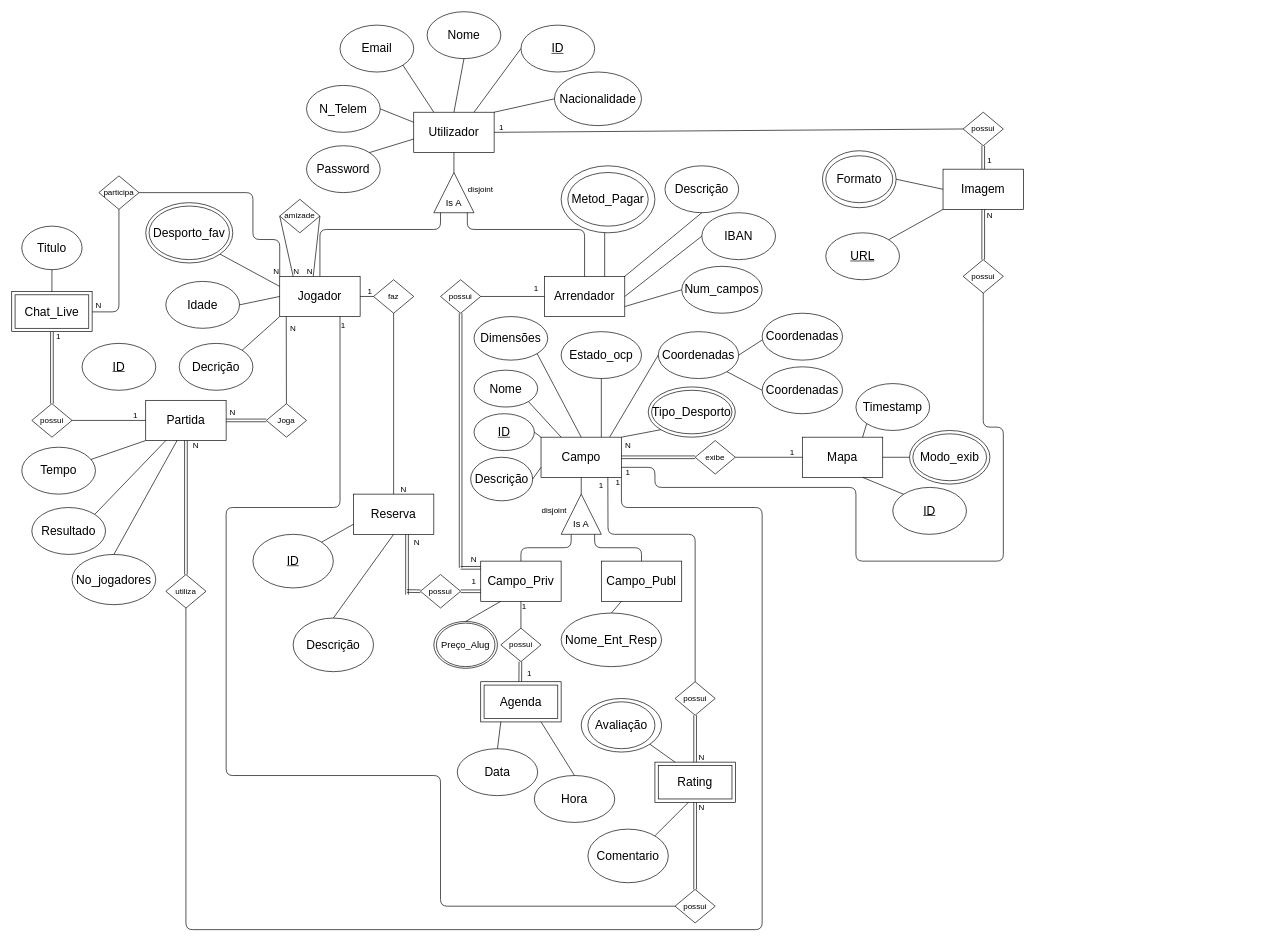
Before: DER_SL.drawio in Paul-Y5/Projeto_SPORTSLINK-BD, a draw.io diagram. Source tidied: cells renumbered, new cells numbered last; positions are measured from the earlier drawing's top-left corner, leaving out a move shared by most shapes. Both pictures are drawn from the tidied source at 67%, with x=0, y=0 at pixel (11, 11).
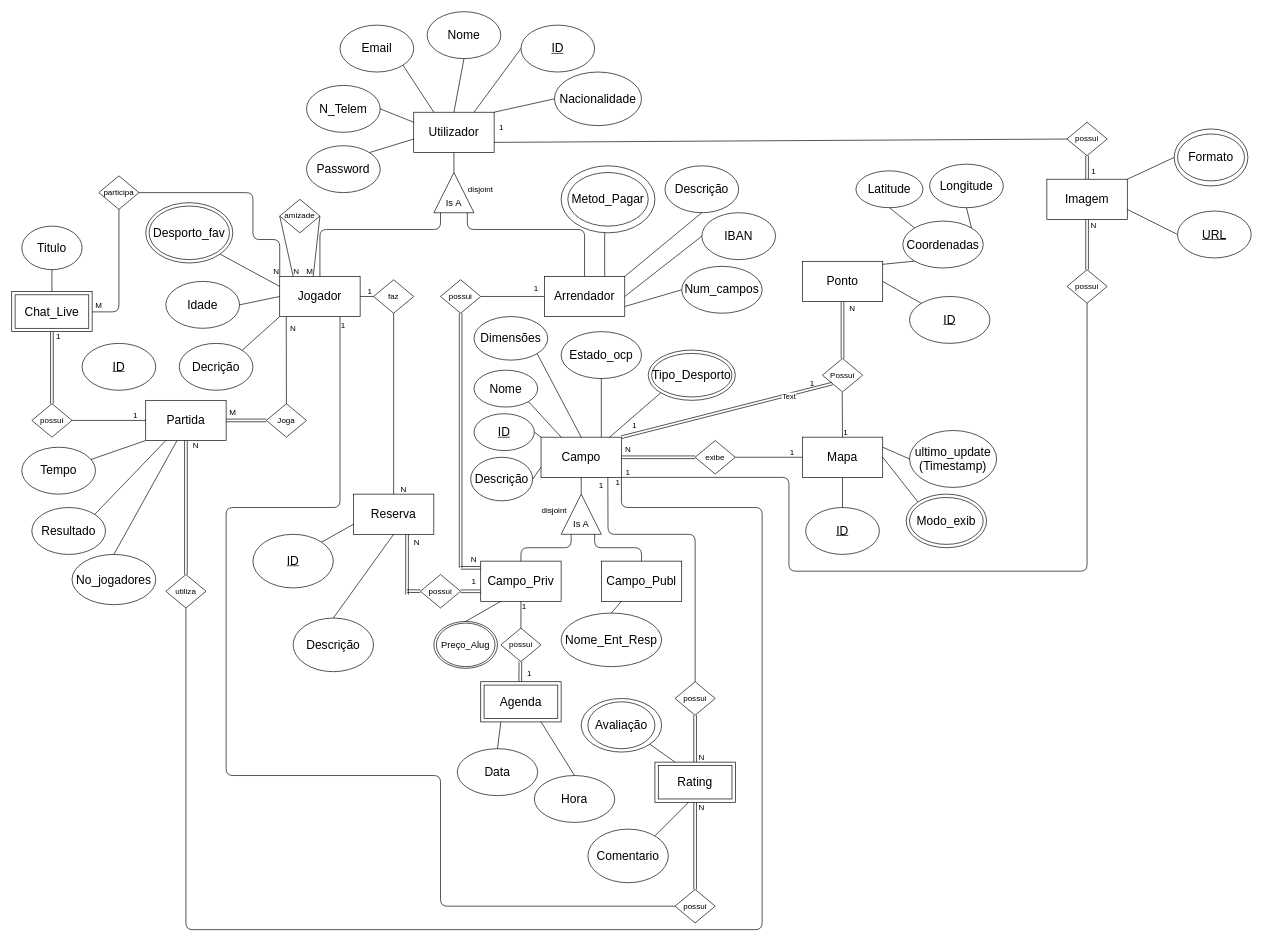
After the change.

The change refers to these unchanged cells:
```xml
<mxCell id="2" value="&lt;font style=&quot;font-size: 18px;&quot;&gt;Utilizador&lt;/font&gt;" style="rounded=0;whiteSpace=wrap;html=1;" parent="1" vertex="1">
  <mxGeometry x="600" y="150" width="120" height="60" as="geometry" />
</mxCell>
<mxCell id="37" value="&lt;font style=&quot;font-size: 18px;&quot;&gt;Mapa&lt;/font&gt;" style="rounded=0;whiteSpace=wrap;html=1;" parent="1" vertex="1">
  <mxGeometry x="1180" y="635" width="120" height="60" as="geometry" />
</mxCell>
<mxCell id="45" value="&lt;font style=&quot;font-size: 18px;&quot;&gt;Campo&lt;/font&gt;" style="rounded=0;whiteSpace=wrap;html=1;" parent="1" vertex="1">
  <mxGeometry x="790" y="635" width="120" height="60" as="geometry" />
</mxCell>
<mxCell id="176" value="1" style="text;strokeColor=none;align=center;fillColor=none;html=1;verticalAlign=middle;whiteSpace=wrap;rounded=0;" parent="1" vertex="1">
  <mxGeometry x="900" y="695" width="10" height="15" as="geometry" />
</mxCell>
```

What changed in the source:
```diff
@@
-    <mxCell id="38" value="&lt;span style=&quot;font-size: 18px;&quot;&gt;Timestamp&lt;/span&gt;" style="ellipse;whiteSpace=wrap;html=1;" parent="1" vertex="1">
-      <mxGeometry x="1260" y="555" width="110" height="70" as="geometry" />
+    <mxCell id="38" value="&lt;span style=&quot;font-size: 18px;&quot;&gt;ultimo_update&lt;/span&gt;&lt;div&gt;&lt;span style=&quot;font-size: 18px;&quot;&gt;(Timestamp)&lt;/span&gt;&lt;/div&gt;" style="ellipse;whiteSpace=wrap;html=1;" parent="1" vertex="1">
+      <mxGeometry x="1340" y="625" width="130" height="85" as="geometry" />
     </mxCell>
     <mxCell id="39" value="&lt;span style=&quot;font-size: 18px;&quot;&gt;&lt;u&gt;ID&lt;/u&gt;&lt;/span&gt;" style="ellipse;whiteSpace=wrap;html=1;" parent="1" vertex="1">
-      <mxGeometry x="1315" y="710" width="110" height="70" as="geometry" />
+      <mxGeometry x="1185" y="740" width="110" height="70" as="geometry" />
     </mxCell>
-    <mxCell id="40" style="endArrow=none;html=1;exitX=0.75;exitY=0;exitDx=0;exitDy=0;entryX=0;entryY=1;entryDx=0;entryDy=0;" parent="1" edge="1" source="37" target="38">
+    <mxCell id="40" style="endArrow=none;html=1;exitX=1;exitY=0.25;exitDx=0;exitDy=0;entryX=0;entryY=0.5;entryDx=0;entryDy=0;" parent="1" edge="1" source="37" target="38">
       <mxGeometry relative="1" as="geometry" />
     </mxCell>
-    <mxCell id="41" style="endArrow=none;html=1;entryX=0;entryY=0;entryDx=0;entryDy=0;exitX=0.75;exitY=1;exitDx=0;exitDy=0;" parent="1" edge="1" source="37" target="39">
+    <mxCell id="41" style="endArrow=none;html=1;entryX=0.5;entryY=0;entryDx=0;entryDy=0;exitX=0.5;exitY=1;exitDx=0;exitDy=0;" parent="1" edge="1" source="37" target="39">
       <mxGeometry relative="1" as="geometry" />
     </mxCell>
     <mxCell id="42" value="&lt;span style=&quot;font-size: 18px;&quot;&gt;Modo_exib&lt;/span&gt;" style="ellipse;whiteSpace=wrap;html=1;" parent="1" vertex="1">
-      <mxGeometry x="1340" y="625" width="120" height="80" as="geometry" />
+      <mxGeometry x="1335" y="720" width="120" height="80" as="geometry" />
     </mxCell>
     <mxCell id="43" style="ellipse;whiteSpace=wrap;html=1;fillColor=none;" parent="1" vertex="1">
-      <mxGeometry x="1345" y="630" width="110" height="70" as="geometry" />
+      <mxGeometry x="1340" y="725" width="110" height="70" as="geometry" />
     </mxCell>
-    <mxCell id="44" style="endArrow=none;html=1;" parent="1" edge="1">
+    <mxCell id="44" style="endArrow=none;html=1;exitX=0;exitY=0;exitDx=0;exitDy=0;" parent="1" edge="1" source="42">
       <mxGeometry relative="1" as="geometry">
-        <mxPoint x="1340" y="665" as="sourcePoint" />
         <mxPoint x="1300" y="665" as="targetPoint" />
       </mxGeometry>
     </mxCell>
@@
-    <mxCell id="66" value="&lt;span style=&quot;font-size: 18px;&quot;&gt;Coordenadas&lt;/span&gt;" style="ellipse;whiteSpace=wrap;html=1;" parent="1" vertex="1">
-      <mxGeometry x="965" y="477.5" width="120" height="70" as="geometry" />
-    </mxCell>
@@
     <mxCell id="70" value="&lt;span style=&quot;font-size: 18px;&quot;&gt;Tipo_Desporto&lt;/span&gt;" style="ellipse;whiteSpace=wrap;html=1;" parent="1" vertex="1">
-      <mxGeometry x="950" y="560" width="130" height="75" as="geometry" />
+      <mxGeometry x="950" y="505" width="130" height="75" as="geometry" />
     </mxCell>
@@
-    <mxCell id="75" style="endArrow=none;html=1;exitX=0;exitY=0.5;exitDx=0;exitDy=0;entryX=0.855;entryY=-0.006;entryDx=0;entryDy=0;entryPerimeter=0;" parent="1" edge="1" source="66" target="45">
-      <mxGeometry relative="1" as="geometry" />
-    </mxCell>
-    <mxCell id="76" style="endArrow=none;html=1;exitX=1;exitY=0;exitDx=0;exitDy=0;entryX=0;entryY=1;entryDx=0;entryDy=0;" parent="1" edge="1" source="45" target="70">
+    <mxCell id="76" style="endArrow=none;html=1;exitX=0.85;exitY=0.006;exitDx=0;exitDy=0;entryX=0;entryY=1;entryDx=0;entryDy=0;exitPerimeter=0;" parent="1" edge="1" source="45" target="70">
       <mxGeometry relative="1" as="geometry" />
     </mxCell>
@@
-    <mxCell id="79" value="&lt;span style=&quot;font-size: 18px;&quot;&gt;Coordenadas&lt;/span&gt;" style="ellipse;whiteSpace=wrap;html=1;" parent="1" vertex="1">
-      <mxGeometry x="1120" y="450" width="120" height="70" as="geometry" />
-    </mxCell>
-    <mxCell id="80" value="&lt;span style=&quot;font-size: 18px;&quot;&gt;Coordenadas&lt;/span&gt;" style="ellipse;whiteSpace=wrap;html=1;" parent="1" vertex="1">
-      <mxGeometry x="1120" y="530" width="120" height="70" as="geometry" />
-    </mxCell>
-    <mxCell id="81" style="endArrow=none;html=1;exitX=1;exitY=0.5;exitDx=0;exitDy=0;" parent="1" edge="1" source="66">
-      <mxGeometry relative="1" as="geometry">
-        <mxPoint x="1120" y="490" as="targetPoint" />
-      </mxGeometry>
-    </mxCell>
-    <mxCell id="82" style="endArrow=none;html=1;exitX=1;exitY=1;exitDx=0;exitDy=0;entryX=0;entryY=0.5;entryDx=0;entryDy=0;" parent="1" edge="1" source="66" target="80">
-      <mxGeometry relative="1" as="geometry" />
-    </mxCell>
     <mxCell id="83" style="ellipse;whiteSpace=wrap;html=1;fillColor=none;" parent="1" vertex="1">
-      <mxGeometry x="955" y="565" width="120" height="65" as="geometry" />
+      <mxGeometry x="955" y="510" width="120" height="65" as="geometry" />
     </mxCell>
@@
     <mxCell id="88" value="&lt;font style=&quot;font-size: 18px;&quot;&gt;Imagem&lt;/font&gt;" style="rounded=0;whiteSpace=wrap;html=1;" parent="1" vertex="1">
-      <mxGeometry x="1390" y="235" width="120" height="60" as="geometry" />
+      <mxGeometry x="1545" y="250" width="120" height="60" as="geometry" />
     </mxCell>
     <mxCell id="89" value="possui" style="rhombus;whiteSpace=wrap;html=1;" parent="1" vertex="1">
-      <mxGeometry x="1420" y="150" width="60" height="50" as="geometry" />
+      <mxGeometry x="1575" y="165" width="60" height="50" as="geometry" />
     </mxCell>
@@
-    <mxCell id="91" value="&lt;span style=&quot;font-size: 18px;&quot;&gt;&lt;u&gt;URL&lt;/u&gt;&lt;/span&gt;" style="ellipse;whiteSpace=wrap;html=1;" parent="1" vertex="1">
-      <mxGeometry x="1215" y="330" width="110" height="70" as="geometry" />
-    </mxCell>
-    <mxCell id="92" value="&lt;span style=&quot;font-size: 18px;&quot;&gt;Formato&lt;/span&gt;" style="ellipse;whiteSpace=wrap;html=1;" parent="1" vertex="1">
-      <mxGeometry x="1210" y="207.5" width="110" height="85" as="geometry" />
-    </mxCell>
-    <mxCell id="93" style="ellipse;whiteSpace=wrap;html=1;fillColor=none;" parent="1" vertex="1">
-      <mxGeometry x="1215" y="215" width="100" height="70" as="geometry" />
-    </mxCell>
-    <mxCell id="94" style="endArrow=none;html=1;exitX=1;exitY=0;exitDx=0;exitDy=0;entryX=0;entryY=1;entryDx=0;entryDy=0;" parent="1" edge="1" source="91" target="88">
-      <mxGeometry relative="1" as="geometry" />
-    </mxCell>
-    <mxCell id="95" style="endArrow=none;html=1;exitX=1;exitY=0.5;exitDx=0;exitDy=0;entryX=0;entryY=0.5;entryDx=0;entryDy=0;" parent="1" edge="1" source="92" target="88">
+    <mxCell id="95" style="endArrow=none;html=1;exitX=1;exitY=0.75;exitDx=0;exitDy=0;entryX=0;entryY=0.5;entryDx=0;entryDy=0;" parent="1" edge="1" source="88" target="91">
       <mxGeometry relative="1" as="geometry" />
     </mxCell>
@@
-    <mxCell id="97" style="endArrow=none;html=1;entryX=0;entryY=0.5;entryDx=0;entryDy=0;exitX=1;exitY=0.5;exitDx=0;exitDy=0;" parent="1" edge="1" source="2" target="89">
+    <mxCell id="97" style="endArrow=none;html=1;entryX=0;entryY=0.5;entryDx=0;entryDy=0;exitX=1;exitY=0.75;exitDx=0;exitDy=0;" parent="1" edge="1" source="2" target="89">
       <mxGeometry relative="1" as="geometry" />
     </mxCell>
     <mxCell id="98" value="possui" style="rhombus;whiteSpace=wrap;html=1;" parent="1" vertex="1">
-      <mxGeometry x="1420" y="370" width="60" height="50" as="geometry" />
+      <mxGeometry x="1575" y="385" width="60" height="50" as="geometry" />
     </mxCell>
@@
-    <mxCell id="100" style="endArrow=none;html=1;entryX=0.5;entryY=1;entryDx=0;entryDy=0;exitX=1;exitY=0.75;exitDx=0;exitDy=0;" parent="1" edge="1" source="45" target="98">
+    <mxCell id="100" style="endArrow=none;html=1;entryX=0.5;entryY=1;entryDx=0;entryDy=0;exitX=1;exitY=0;exitDx=0;exitDy=0;" parent="1" edge="1" source="176" target="98">
       <mxGeometry relative="1" as="geometry">
         <Array as="points">
-          <mxPoint x="960" y="680" />
-          <mxPoint x="960" y="710" />
-          <mxPoint x="1260" y="710" />
-          <mxPoint x="1260" y="820" />
-          <mxPoint x="1480" y="820" />
-          <mxPoint x="1480" y="620" />
-          <mxPoint x="1450" y="620" />
-          <mxPoint x="1450" y="480" />
+          <mxPoint x="1115" y="695" />
+          <mxPoint x="1160" y="695" />
+          <mxPoint x="1160" y="835" />
+          <mxPoint x="1315" y="835" />
+          <mxPoint x="1415" y="835" />
+          <mxPoint x="1605" y="835" />
+          <mxPoint x="1605" y="635" />
+          <mxPoint x="1605" y="495" />
         </Array>
       </mxGeometry>
     </mxCell>
@@
-    <mxCell id="156" value="N" style="text;strokeColor=none;align=center;fillColor=none;html=1;verticalAlign=middle;whiteSpace=wrap;rounded=0;" parent="1" vertex="1">
+    <mxCell id="156" value="M" style="text;strokeColor=none;align=center;fillColor=none;html=1;verticalAlign=middle;whiteSpace=wrap;rounded=0;" parent="1" vertex="1">
       <mxGeometry x="440" y="385" width="10" height="5" as="geometry" />
     </mxCell>
@@
-    <mxCell id="158" value="N" style="text;strokeColor=none;align=center;fillColor=none;html=1;verticalAlign=middle;whiteSpace=wrap;rounded=0;" parent="1" vertex="1">
+    <mxCell id="158" value="M" style="text;strokeColor=none;align=center;fillColor=none;html=1;verticalAlign=middle;whiteSpace=wrap;rounded=0;" parent="1" vertex="1">
       <mxGeometry x="125" y="435" width="10" height="5" as="geometry" />
     </mxCell>
@@
-    <mxCell id="160" value="N" style="text;strokeColor=none;align=center;fillColor=none;html=1;verticalAlign=middle;whiteSpace=wrap;rounded=0;" parent="1" vertex="1">
+    <mxCell id="160" value="M" style="text;strokeColor=none;align=center;fillColor=none;html=1;verticalAlign=middle;whiteSpace=wrap;rounded=0;" parent="1" vertex="1">
       <mxGeometry x="325" y="595" width="10" height="5" as="geometry" />
     </mxCell>
@@
     <mxCell id="170" value="N" style="text;strokeColor=none;align=center;fillColor=none;html=1;verticalAlign=middle;whiteSpace=wrap;rounded=0;" parent="1" vertex="1">
-      <mxGeometry x="1455" y="297.5" width="10" height="15" as="geometry" />
+      <mxGeometry x="1610" y="312.5" width="10" height="15" as="geometry" />
     </mxCell>
     <mxCell id="171" value="1" style="text;strokeColor=none;align=center;fillColor=none;html=1;verticalAlign=middle;whiteSpace=wrap;rounded=0;" parent="1" vertex="1">
-      <mxGeometry x="1455" y="215" width="10" height="15" as="geometry" />
+      <mxGeometry x="1610" y="230" width="10" height="15" as="geometry" />
     </mxCell>
@@
     <mxCell id="174" value="N" style="text;strokeColor=none;align=center;fillColor=none;html=1;verticalAlign=middle;whiteSpace=wrap;rounded=0;" parent="1" vertex="1">
-      <mxGeometry x="915" y="640" width="10" height="15" as="geometry" />
+      <mxGeometry x="915" y="645" width="10" height="15" as="geometry" />
     </mxCell>
@@
+    <mxCell id="91" value="&lt;span style=&quot;font-size: 18px;&quot;&gt;&lt;u&gt;URL&lt;/u&gt;&lt;/span&gt;" style="ellipse;whiteSpace=wrap;html=1;" parent="1" vertex="1">
+      <mxGeometry x="1740" y="297.5" width="110" height="70" as="geometry" />
+    </mxCell>
+    <mxCell id="92" value="&lt;span style=&quot;font-size: 18px;&quot;&gt;Formato&lt;/span&gt;" style="ellipse;whiteSpace=wrap;html=1;" parent="1" vertex="1">
+      <mxGeometry x="1735" y="175" width="110" height="85" as="geometry" />
+    </mxCell>
+    <mxCell id="188" style="ellipse;whiteSpace=wrap;html=1;fillColor=none;" parent="1" vertex="1">
+      <mxGeometry x="1740" y="182.5" width="100" height="70" as="geometry" />
+    </mxCell>
+    <mxCell id="189" style="endArrow=none;html=1;exitX=1;exitY=0;exitDx=0;exitDy=0;entryX=0;entryY=0.5;entryDx=0;entryDy=0;" parent="1" edge="1" source="88" target="92">
+      <mxGeometry relative="1" as="geometry" />
+    </mxCell>
+    <mxCell id="190" style="endArrow=none;html=1;exitX=1;exitY=0;exitDx=0;exitDy=0;entryX=0;entryY=1;entryDx=0;entryDy=0;" parent="1" edge="1" target="201">
+      <mxGeometry relative="1" as="geometry">
+        <mxPoint x="1295" y="377.5" as="sourcePoint" />
+      </mxGeometry>
+    </mxCell>
+    <mxCell id="191" value="&lt;span style=&quot;font-size: 18px;&quot;&gt;Ponto&lt;/span&gt;" style="rounded=0;whiteSpace=wrap;html=1;" parent="1" vertex="1">
+      <mxGeometry x="1180" y="372.5" width="120" height="60" as="geometry" />
+    </mxCell>
+    <mxCell id="192" value="Possui" style="rhombus;whiteSpace=wrap;html=1;" parent="1" vertex="1">
+      <mxGeometry x="1210" y="517.5" width="60" height="50" as="geometry" />
+    </mxCell>
+    <mxCell id="193" style="endArrow=none;html=1;entryX=0;entryY=1;entryDx=0;entryDy=0;exitX=1;exitY=0;exitDx=0;exitDy=0;shape=link;" parent="1" edge="1" source="45" target="192">
+      <mxGeometry relative="1" as="geometry" />
+    </mxCell>
+    <mxCell id="194" value="Text" style="edgeLabel;html=1;align=center;verticalAlign=middle;" parent="193" vertex="1">
+      <mxGeometry x="0.58" y="-3" relative="1" as="geometry" />
+    </mxCell>
+    <mxCell id="195" style="endArrow=none;html=1;exitX=0.5;exitY=0;exitDx=0;exitDy=0;entryX=0.5;entryY=1;entryDx=0;entryDy=0;shape=link;" parent="1" edge="1" source="192" target="191">
+      <mxGeometry relative="1" as="geometry" />
+    </mxCell>
+    <mxCell id="196" style="endArrow=none;html=1;entryX=0.5;entryY=1;entryDx=0;entryDy=0;exitX=0.5;exitY=0;exitDx=0;exitDy=0;" parent="1" edge="1" source="37">
+      <mxGeometry relative="1" as="geometry">
+        <mxPoint x="1239.5" y="568" as="targetPoint" />
+      </mxGeometry>
+    </mxCell>
+    <mxCell id="197" value="1" style="text;strokeColor=none;align=center;fillColor=none;html=1;verticalAlign=middle;whiteSpace=wrap;rounded=0;" parent="1" vertex="1">
+      <mxGeometry x="925" y="610" width="10" height="15" as="geometry" />
+    </mxCell>
+    <mxCell id="198" value="1" style="text;strokeColor=none;align=center;fillColor=none;html=1;verticalAlign=middle;whiteSpace=wrap;rounded=0;" parent="1" vertex="1">
+      <mxGeometry x="1190" y="547.5" width="10" height="15" as="geometry" />
+    </mxCell>
+    <mxCell id="199" value="N" style="text;strokeColor=none;align=center;fillColor=none;html=1;verticalAlign=middle;whiteSpace=wrap;rounded=0;" parent="1" vertex="1">
+      <mxGeometry x="1250" y="435" width="10" height="15" as="geometry" />
+    </mxCell>
+    <mxCell id="200" value="1" style="text;strokeColor=none;align=center;fillColor=none;html=1;verticalAlign=middle;whiteSpace=wrap;rounded=0;" parent="1" vertex="1">
+      <mxGeometry x="1240" y="620" width="10" height="15" as="geometry" />
+    </mxCell>
+    <mxCell id="201" value="&lt;span style=&quot;font-size: 18px;&quot;&gt;Coordenadas&lt;/span&gt;" style="ellipse;whiteSpace=wrap;html=1;" parent="1" vertex="1">
+      <mxGeometry x="1330" y="312.5" width="120" height="70" as="geometry" />
+    </mxCell>
+    <mxCell id="202" value="&lt;span style=&quot;font-size: 18px;&quot;&gt;Latitude&lt;/span&gt;" style="ellipse;whiteSpace=wrap;html=1;" parent="1" vertex="1">
+      <mxGeometry x="1260" y="237.5" width="100" height="55" as="geometry" />
+    </mxCell>
+    <mxCell id="203" value="&lt;span style=&quot;font-size: 18px;&quot;&gt;Longitude&lt;/span&gt;" style="ellipse;whiteSpace=wrap;html=1;" parent="1" vertex="1">
+      <mxGeometry x="1370" y="227.5" width="110" height="65" as="geometry" />
+    </mxCell>
+    <mxCell id="204" style="endArrow=none;html=1;exitX=0;exitY=0;exitDx=0;exitDy=0;entryX=0.5;entryY=1;entryDx=0;entryDy=0;" parent="1" edge="1" source="201" target="202">
+      <mxGeometry relative="1" as="geometry" />
+    </mxCell>
+    <mxCell id="205" style="endArrow=none;html=1;exitX=1;exitY=0;exitDx=0;exitDy=0;entryX=0.5;entryY=1;entryDx=0;entryDy=0;" parent="1" edge="1" source="201" target="203">
+      <mxGeometry relative="1" as="geometry" />
+    </mxCell>
+    <mxCell id="206" value="&lt;span style=&quot;font-size: 18px;&quot;&gt;&lt;u&gt;ID&lt;/u&gt;&lt;/span&gt;" style="ellipse;whiteSpace=wrap;html=1;" parent="1" vertex="1">
+      <mxGeometry x="1340" y="425" width="120" height="70" as="geometry" />
+    </mxCell>
+    <mxCell id="207" style="endArrow=none;html=1;entryX=1;entryY=0.5;entryDx=0;entryDy=0;exitX=0;exitY=0;exitDx=0;exitDy=0;" parent="1" edge="1" source="206" target="191">
+      <mxGeometry relative="1" as="geometry" />
+    </mxCell>
```
